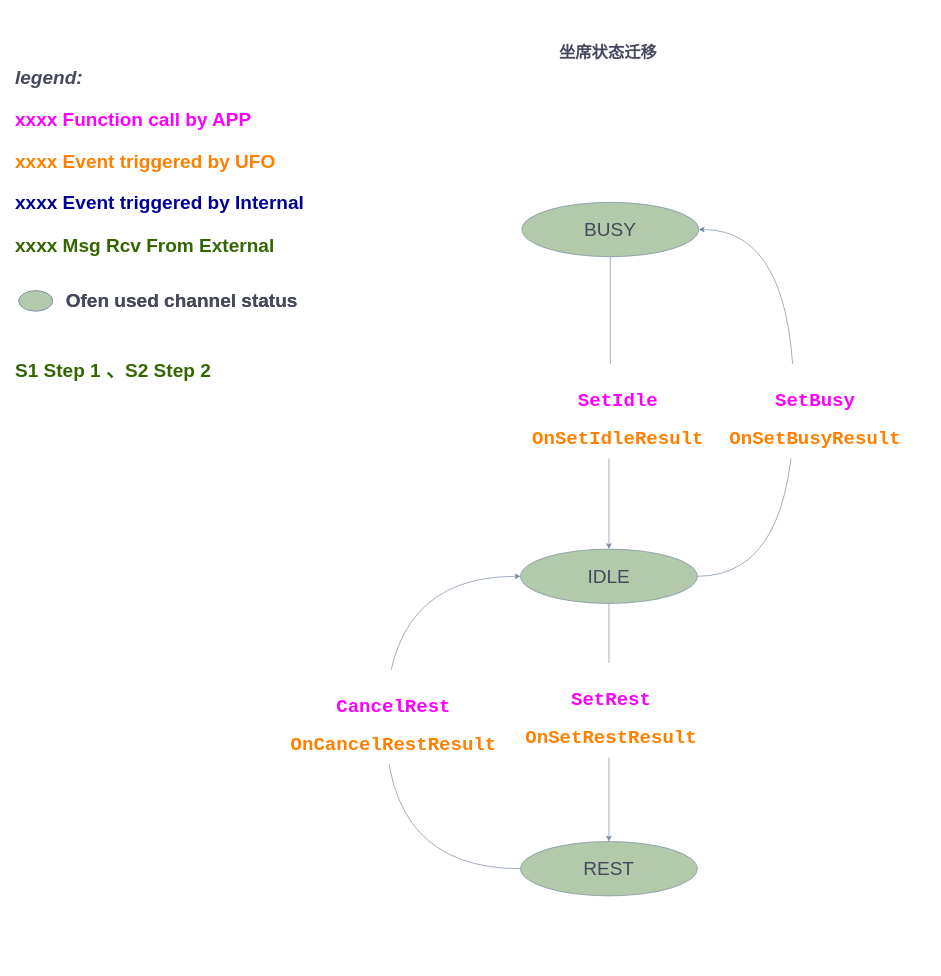
The draw.io diagram RCS APP/RCS 坐席状态迁移图.drawio in uyuy2043/yy, before the edit. Source tidied: cells renumbered, new cells numbered last; positions are measured from the earlier drawing's top-left corner, leaving out a move shared by most shapes. Both pictures are drawn from the tidied source at 68%, with x=0, y=0 at pixel (12, 18).
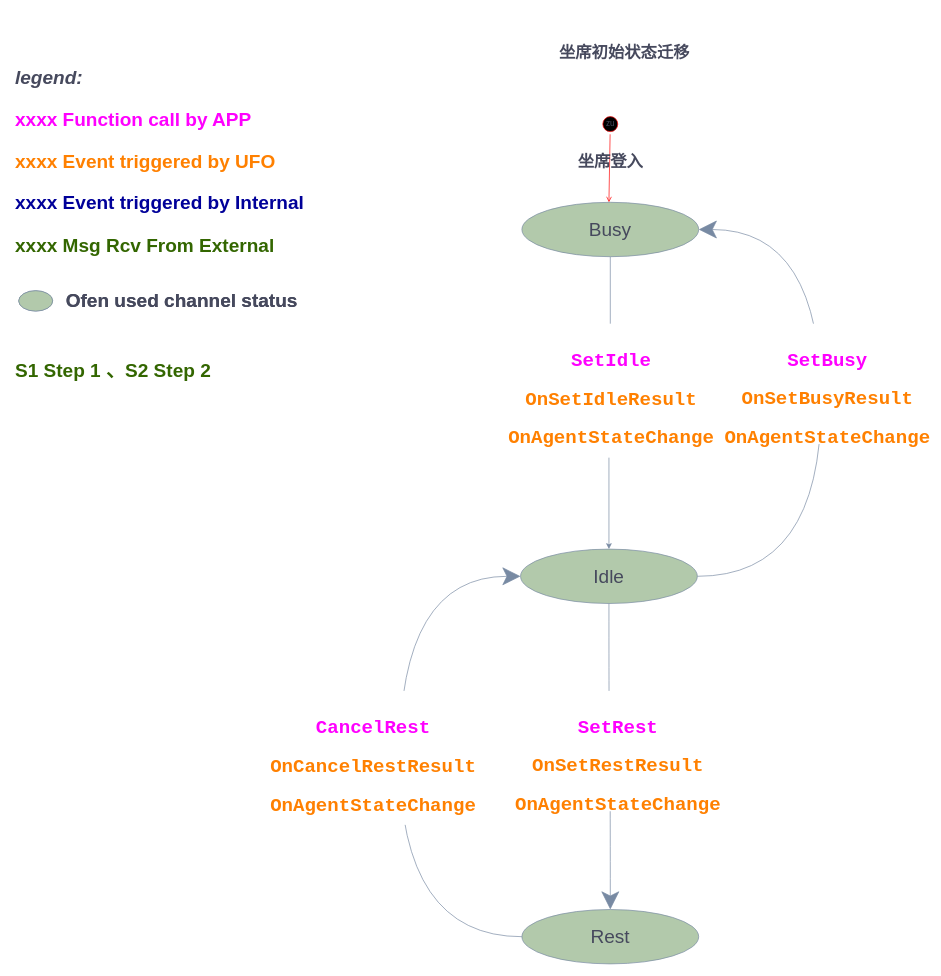
Above is the later version.

Commit message:
更新RCS 坐席状态迁移图.drawio

Change to the diagram source:
```diff
@@
-    <mxCell id="6" value="&lt;span style=&quot;font-size: 28px&quot;&gt;BUSY&lt;/span&gt;" style="ellipse;whiteSpace=wrap;html=1;fillColor=#B2C9AB;strokeColor=#788AA3;fontColor=#46495D;" parent="1" vertex="1">
+    <mxCell id="6" value="&lt;span style=&quot;font-size: 28px&quot;&gt;Busy&lt;/span&gt;" style="ellipse;whiteSpace=wrap;html=1;fillColor=#B2C9AB;strokeColor=#788AA3;fontColor=#46495D;" parent="1" vertex="1">
       <mxGeometry x="750" y="270" width="260" height="80" as="geometry" />
     </mxCell>
-    <mxCell id="7" value="&lt;h1&gt;坐席状态迁移&lt;/h1&gt;&lt;p style=&quot;font-size: 20px&quot;&gt;&lt;br&gt;&lt;/p&gt;&lt;p style=&quot;font-size: 20px&quot;&gt;&lt;br&gt;&lt;/p&gt;&lt;p&gt;&lt;font color=&quot;#ff8000&quot;&gt;&lt;br&gt;&lt;/font&gt;&lt;/p&gt;&lt;p&gt;&lt;font color=&quot;#ff8000&quot;&gt;&lt;br&gt;&lt;/font&gt;&lt;/p&gt;&lt;p&gt;&lt;br&gt;&lt;/p&gt;" style="text;html=1;strokeColor=none;fillColor=none;spacing=5;spacingTop=-20;whiteSpace=wrap;overflow=hidden;rounded=0;fontColor=#46495D;" parent="1" vertex="1">
+    <mxCell id="7" value="&lt;h1&gt;坐席初始状态迁移&lt;/h1&gt;&lt;p style=&quot;font-size: 20px&quot;&gt;&lt;br&gt;&lt;/p&gt;&lt;p style=&quot;font-size: 20px&quot;&gt;&lt;br&gt;&lt;/p&gt;&lt;p&gt;&lt;font color=&quot;#ff8000&quot;&gt;&lt;br&gt;&lt;/font&gt;&lt;/p&gt;&lt;p&gt;&lt;font color=&quot;#ff8000&quot;&gt;&lt;br&gt;&lt;/font&gt;&lt;/p&gt;&lt;p&gt;&lt;br&gt;&lt;/p&gt;" style="text;html=1;strokeColor=none;fillColor=none;spacing=5;spacingTop=-20;whiteSpace=wrap;overflow=hidden;rounded=0;fontColor=#46495D;" parent="1" vertex="1">
       <mxGeometry x="800" y="30" width="250" height="60" as="geometry" />
     </mxCell>
@@
-    <mxCell id="10" style="edgeStyle=orthogonalEdgeStyle;curved=1;rounded=1;sketch=0;jettySize=auto;html=1;entryX=1;entryY=0.5;entryDx=0;entryDy=0;fontColor=#46495D;strokeColor=#788AA3;fillColor=#B2C9AB;" parent="1" edge="1" source="12" target="6">
+    <mxCell id="10" style="edgeStyle=orthogonalEdgeStyle;curved=1;rounded=1;sketch=0;jettySize=auto;html=1;entryX=1;entryY=0.5;entryDx=0;entryDy=0;fontColor=#46495D;strokeColor=#788AA3;fillColor=#B2C9AB;endSize=24;" parent="1" edge="1" source="12" target="6">
       <mxGeometry relative="1" as="geometry">
         <Array as="points">
-          <mxPoint x="1150" y="820" />
-          <mxPoint x="1150" y="310" />
+          <mxPoint x="1190" y="820" />
+          <mxPoint x="1190" y="310" />
         </Array>
       </mxGeometry>
     </mxCell>
-    <mxCell id="11" style="edgeStyle=orthogonalEdgeStyle;curved=1;rounded=1;sketch=0;jettySize=auto;html=1;fontColor=#46495D;strokeColor=#788AA3;fillColor=#B2C9AB;entryX=0.5;entryY=0;entryDx=0;entryDy=0;" parent="1" edge="1" source="12" target="16">
+    <mxCell id="11" style="edgeStyle=orthogonalEdgeStyle;curved=1;rounded=1;sketch=0;jettySize=auto;html=1;entryX=0.5;entryY=0;entryDx=0;entryDy=0;fontColor=#46495D;endSize=24;strokeColor=#788AA3;fillColor=#B2C9AB;" parent="1" edge="1" source="12" target="16">
       <mxGeometry relative="1" as="geometry" />
     </mxCell>
-    <mxCell id="12" value="&lt;span style=&quot;font-size: 28px&quot;&gt;IDLE&lt;/span&gt;" style="ellipse;whiteSpace=wrap;html=1;fillColor=#B2C9AB;strokeColor=#788AA3;fontColor=#46495D;" parent="1" vertex="1">
+    <mxCell id="12" value="&lt;span style=&quot;font-size: 28px&quot;&gt;Idle&lt;/span&gt;" style="ellipse;whiteSpace=wrap;html=1;fillColor=#B2C9AB;strokeColor=#788AA3;fontColor=#46495D;" parent="1" vertex="1">
       <mxGeometry x="748" y="780" width="260" height="80" as="geometry" />
     </mxCell>
-    <mxCell id="13" value="&lt;div style=&quot;font-family: &amp;#34;consolas&amp;#34; , &amp;#34;courier new&amp;#34; , monospace ; line-height: 19px ; font-size: 28px&quot;&gt;&lt;div style=&quot;font-family: &amp;#34;consolas&amp;#34; , &amp;#34;courier new&amp;#34; , monospace ; line-height: 19px&quot;&gt;&lt;h1 class=&quot;topictitle1&quot;&gt;&lt;font color=&quot;#ff00ff&quot; style=&quot;font-size: 28px&quot;&gt;SetIdle&lt;/font&gt;&lt;/h1&gt;&lt;div&gt;&lt;font style=&quot;font-size: 28px&quot; color=&quot;#ff8000&quot;&gt;OnSetIdleResult&lt;/font&gt;&lt;/div&gt;&lt;div&gt;&lt;br&gt;&lt;/div&gt;&lt;/div&gt;&lt;/div&gt;" style="edgeLabel;html=1;align=center;verticalAlign=middle;fontSize=15;fontColor=#46495D;fontStyle=1;" parent="1" vertex="1">
-      <mxGeometry x="570" y="370" as="geometry">
+    <mxCell id="13" value="&lt;div style=&quot;font-family: &amp;#34;consolas&amp;#34; , &amp;#34;courier new&amp;#34; , monospace ; line-height: 19px ; font-size: 28px&quot;&gt;&lt;div style=&quot;font-family: &amp;#34;consolas&amp;#34; , &amp;#34;courier new&amp;#34; , monospace ; line-height: 19px&quot;&gt;&lt;h1 class=&quot;topictitle1&quot;&gt;&lt;font color=&quot;#ff00ff&quot; style=&quot;font-size: 28px&quot;&gt;SetIdle&lt;/font&gt;&lt;/h1&gt;&lt;div&gt;&lt;font style=&quot;font-size: 28px&quot; color=&quot;#ff8000&quot;&gt;OnSetIdleResult&lt;/font&gt;&lt;/div&gt;&lt;div&gt;&lt;font style=&quot;font-size: 28px&quot; color=&quot;#ff8000&quot;&gt;&lt;br&gt;&lt;/font&gt;&lt;/div&gt;&lt;div&gt;&lt;font color=&quot;#ff8000&quot;&gt;&lt;br&gt;&lt;/font&gt;&lt;/div&gt;&lt;div&gt;&lt;font color=&quot;#ff8000&quot;&gt;OnAgentStateChange&lt;/font&gt;&lt;/div&gt;&lt;div&gt;&lt;br&gt;&lt;/div&gt;&lt;/div&gt;&lt;/div&gt;" style="edgeLabel;html=1;align=center;verticalAlign=middle;fontSize=15;fontColor=#46495D;fontStyle=1;" parent="1" vertex="1">
+      <mxGeometry x="560" y="340" as="geometry">
         <mxPoint x="320" y="206" as="offset" />
       </mxGeometry>
     </mxCell>
-    <mxCell id="14" value="&lt;div style=&quot;font-family: &amp;#34;consolas&amp;#34; , &amp;#34;courier new&amp;#34; , monospace ; line-height: 19px ; font-size: 28px&quot;&gt;&lt;div style=&quot;font-family: &amp;#34;consolas&amp;#34; , &amp;#34;courier new&amp;#34; , monospace ; line-height: 19px&quot;&gt;&lt;h1 class=&quot;topictitle1&quot;&gt;&lt;font color=&quot;#ff00ff&quot; style=&quot;font-size: 28px&quot;&gt;SetBusy&lt;/font&gt;&lt;/h1&gt;&lt;div&gt;&lt;font style=&quot;font-size: 28px&quot; color=&quot;#ff8000&quot;&gt;OnSetBusyResult&lt;/font&gt;&lt;/div&gt;&lt;div&gt;&lt;br&gt;&lt;/div&gt;&lt;/div&gt;&lt;/div&gt;" style="edgeLabel;html=1;align=center;verticalAlign=middle;fontSize=15;fontColor=#46495D;fontStyle=1;" parent="1" vertex="1">
-      <mxGeometry x="860" y="370" as="geometry">
+    <mxCell id="14" value="&lt;div style=&quot;font-family: &amp;#34;consolas&amp;#34; , &amp;#34;courier new&amp;#34; , monospace ; line-height: 19px ; font-size: 28px&quot;&gt;&lt;div style=&quot;font-family: &amp;#34;consolas&amp;#34; , &amp;#34;courier new&amp;#34; , monospace ; line-height: 19px&quot;&gt;&lt;h1 class=&quot;topictitle1&quot;&gt;&lt;font color=&quot;#ff00ff&quot; style=&quot;font-size: 28px&quot;&gt;SetBusy&lt;/font&gt;&lt;/h1&gt;&lt;div&gt;&lt;font style=&quot;font-size: 28px&quot; color=&quot;#ff8000&quot;&gt;OnSetBusyResult&lt;/font&gt;&lt;/div&gt;&lt;div&gt;&lt;br&gt;&lt;/div&gt;&lt;div&gt;&lt;br&gt;&lt;/div&gt;&lt;div&gt;&lt;span style=&quot;color: rgb(255 , 128 , 0)&quot;&gt;OnAgentStateChange&lt;/span&gt;&lt;br&gt;&lt;/div&gt;&lt;/div&gt;&lt;/div&gt;" style="edgeLabel;html=1;align=center;verticalAlign=middle;fontSize=15;fontColor=#46495D;fontStyle=1;" parent="1" vertex="1">
+      <mxGeometry x="878" y="330" as="geometry">
         <mxPoint x="320" y="206" as="offset" />
       </mxGeometry>
     </mxCell>
-    <mxCell id="15" style="edgeStyle=orthogonalEdgeStyle;curved=1;rounded=1;sketch=0;jettySize=auto;html=1;entryX=0;entryY=0.5;entryDx=0;entryDy=0;fontColor=#46495D;strokeColor=#788AA3;fillColor=#B2C9AB;" parent="1" edge="1" source="16" target="12">
+    <mxCell id="15" style="edgeStyle=orthogonalEdgeStyle;curved=1;rounded=1;sketch=0;jettySize=auto;html=1;entryX=0;entryY=0.5;entryDx=0;entryDy=0;fontColor=#46495D;endSize=24;strokeColor=#788AA3;fillColor=#B2C9AB;" parent="1" edge="1" source="16" target="12">
       <mxGeometry relative="1" as="geometry">
         <Array as="points">
-          <mxPoint x="550" y="1250" />
-          <mxPoint x="550" y="820" />
+          <mxPoint x="570" y="1350" />
+          <mxPoint x="570" y="820" />
         </Array>
       </mxGeometry>
     </mxCell>
-    <mxCell id="16" value="&lt;span style=&quot;font-size: 28px&quot;&gt;REST&lt;/span&gt;" style="ellipse;whiteSpace=wrap;html=1;fillColor=#B2C9AB;strokeColor=#788AA3;fontColor=#46495D;" parent="1" vertex="1">
-      <mxGeometry x="748" y="1210" width="260" height="80" as="geometry" />
+    <mxCell id="16" value="&lt;span style=&quot;font-size: 28px&quot;&gt;Rest&lt;/span&gt;" style="ellipse;whiteSpace=wrap;html=1;fillColor=#B2C9AB;strokeColor=#788AA3;fontColor=#46495D;" parent="1" vertex="1">
+      <mxGeometry x="750" y="1310" width="260" height="80" as="geometry" />
     </mxCell>
-    <mxCell id="17" value="&lt;div style=&quot;font-family: &amp;#34;consolas&amp;#34; , &amp;#34;courier new&amp;#34; , monospace ; line-height: 19px ; font-size: 28px&quot;&gt;&lt;div style=&quot;font-family: &amp;#34;consolas&amp;#34; , &amp;#34;courier new&amp;#34; , monospace ; line-height: 19px&quot;&gt;&lt;h1 class=&quot;topictitle1&quot;&gt;&lt;font color=&quot;#ff00ff&quot; style=&quot;font-size: 28px&quot;&gt;SetRest&lt;/font&gt;&lt;/h1&gt;&lt;div&gt;&lt;font style=&quot;font-size: 28px&quot; color=&quot;#ff8000&quot;&gt;OnSetRestResult&lt;/font&gt;&lt;/div&gt;&lt;div&gt;&lt;br&gt;&lt;/div&gt;&lt;/div&gt;&lt;/div&gt;" style="edgeLabel;html=1;align=center;verticalAlign=middle;fontSize=15;fontColor=#46495D;fontStyle=1;" parent="1" vertex="1">
-      <mxGeometry x="560" y="810" as="geometry">
+    <mxCell id="17" value="&lt;div style=&quot;font-family: &amp;#34;consolas&amp;#34; , &amp;#34;courier new&amp;#34; , monospace ; line-height: 19px ; font-size: 28px&quot;&gt;&lt;div style=&quot;font-family: &amp;#34;consolas&amp;#34; , &amp;#34;courier new&amp;#34; , monospace ; line-height: 19px&quot;&gt;&lt;h1 class=&quot;topictitle1&quot;&gt;&lt;font color=&quot;#ff00ff&quot; style=&quot;font-size: 28px&quot;&gt;SetRest&lt;/font&gt;&lt;/h1&gt;&lt;div&gt;&lt;font style=&quot;font-size: 28px&quot; color=&quot;#ff8000&quot;&gt;OnSetRestResult&lt;/font&gt;&lt;/div&gt;&lt;div&gt;&lt;br&gt;&lt;/div&gt;&lt;div&gt;&lt;br&gt;&lt;/div&gt;&lt;div&gt;&lt;span style=&quot;color: rgb(255 , 128 , 0)&quot;&gt;OnAgentStateChange&lt;/span&gt;&lt;br&gt;&lt;/div&gt;&lt;/div&gt;&lt;/div&gt;" style="edgeLabel;html=1;align=center;verticalAlign=middle;fontSize=15;fontColor=#46495D;fontStyle=1;" parent="1" vertex="1">
+      <mxGeometry x="570" y="870" as="geometry">
         <mxPoint x="320" y="206" as="offset" />
       </mxGeometry>
     </mxCell>
-    <mxCell id="18" value="&lt;div style=&quot;font-family: &amp;#34;consolas&amp;#34; , &amp;#34;courier new&amp;#34; , monospace ; line-height: 19px ; font-size: 28px&quot;&gt;&lt;div style=&quot;font-family: &amp;#34;consolas&amp;#34; , &amp;#34;courier new&amp;#34; , monospace ; line-height: 19px&quot;&gt;&lt;h1 class=&quot;topictitle1&quot;&gt;&lt;font color=&quot;#ff00ff&quot; style=&quot;font-size: 28px&quot;&gt;CancelRest&lt;/font&gt;&lt;/h1&gt;&lt;div&gt;&lt;font style=&quot;font-size: 28px&quot; color=&quot;#ff8000&quot;&gt;OnCancelRestResult&lt;/font&gt;&lt;/div&gt;&lt;div&gt;&lt;br&gt;&lt;/div&gt;&lt;/div&gt;&lt;/div&gt;" style="edgeLabel;html=1;align=center;verticalAlign=middle;fontSize=15;fontColor=#46495D;fontStyle=1;" parent="1" vertex="1">
-      <mxGeometry x="240" y="820" as="geometry">
+    <mxCell id="18" value="&lt;div style=&quot;font-family: &amp;#34;consolas&amp;#34; , &amp;#34;courier new&amp;#34; , monospace ; line-height: 19px ; font-size: 28px&quot;&gt;&lt;div style=&quot;font-family: &amp;#34;consolas&amp;#34; , &amp;#34;courier new&amp;#34; , monospace ; line-height: 19px&quot;&gt;&lt;h1 class=&quot;topictitle1&quot;&gt;&lt;font color=&quot;#ff00ff&quot; style=&quot;font-size: 28px&quot;&gt;CancelRest&lt;/font&gt;&lt;/h1&gt;&lt;div&gt;&lt;font style=&quot;font-size: 28px&quot; color=&quot;#ff8000&quot;&gt;OnCancelRestResult&lt;/font&gt;&lt;/div&gt;&lt;div&gt;&lt;font style=&quot;font-size: 28px&quot; color=&quot;#ff8000&quot;&gt;&lt;br&gt;&lt;/font&gt;&lt;/div&gt;&lt;div&gt;&lt;span style=&quot;color: rgb(255 , 128 , 0)&quot;&gt;&lt;br&gt;&lt;/span&gt;&lt;/div&gt;&lt;div&gt;&lt;span style=&quot;color: rgb(255 , 128 , 0)&quot;&gt;OnAgentStateChange&lt;/span&gt;&lt;font style=&quot;font-size: 28px&quot; color=&quot;#ff8000&quot;&gt;&lt;br&gt;&lt;/font&gt;&lt;/div&gt;&lt;div&gt;&lt;br&gt;&lt;/div&gt;&lt;/div&gt;&lt;/div&gt;" style="edgeLabel;html=1;align=center;verticalAlign=middle;fontSize=15;fontColor=#46495D;fontStyle=1;" parent="1" vertex="1">
+      <mxGeometry x="210" y="880" as="geometry">
         <mxPoint x="320" y="206" as="offset" />
       </mxGeometry>
     </mxCell>
+    <mxCell id="19" style="html=1;verticalAlign=bottom;endArrow=open;strokeColor=#ff0000;rounded=1;sketch=0;fontColor=#46495D;fillColor=#B2C9AB;entryX=0.5;entryY=0;entryDx=0;entryDy=0;startArrow=none;" parent="1" edge="1" source="20">
+      <mxGeometry relative="1" as="geometry">
+        <mxPoint x="878" y="270" as="targetPoint" />
+      </mxGeometry>
+    </mxCell>
+    <mxCell id="20" value="zu" style="ellipse;html=1;shape=startState;fillColor=#000000;strokeColor=#ff0000;rounded=0;sketch=0;fontColor=#46495D;" parent="1" vertex="1">
+      <mxGeometry x="865" y="140" width="30" height="30" as="geometry" />
+    </mxCell>
+    <mxCell id="21" value="&lt;font style=&quot;font-size: 24px&quot;&gt;&lt;b&gt;坐席登入&lt;/b&gt;&lt;/font&gt;" style="text;html=1;align=center;verticalAlign=middle;strokeColor=none;fillColor=none;fontColor=#46495D;gradientColor=none;" parent="1" vertex="1">
+      <mxGeometry x="825" y="200" width="110" height="20" as="geometry" />
+    </mxCell>
```
